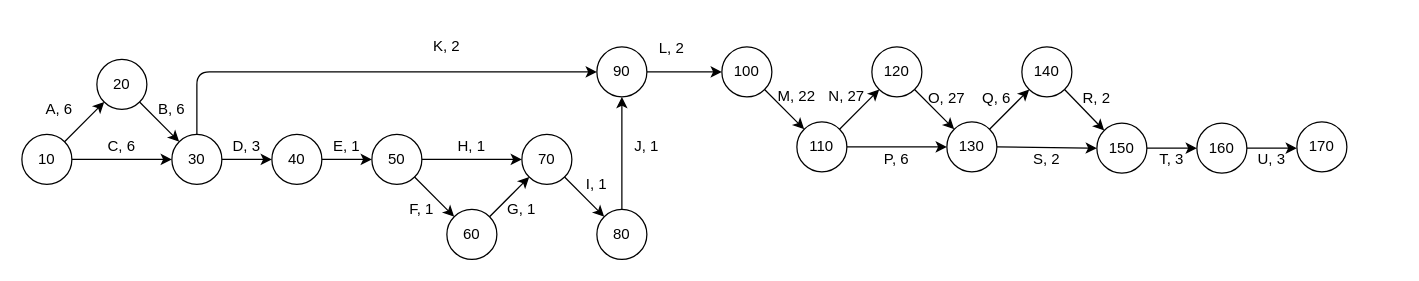
The draw.io diagram DOCS/Diagrams/drawio/PERT Diagram.drawio in alexxGmZ/MenuMaApp, before the edit. Source tidied: cells renumbered, new cells numbered last; positions are measured from the earlier drawing's top-left corner, leaving out a move shared by most shapes. Both pictures are drawn from the tidied source at 125%, with x=0, y=0 at pixel (21, 21).
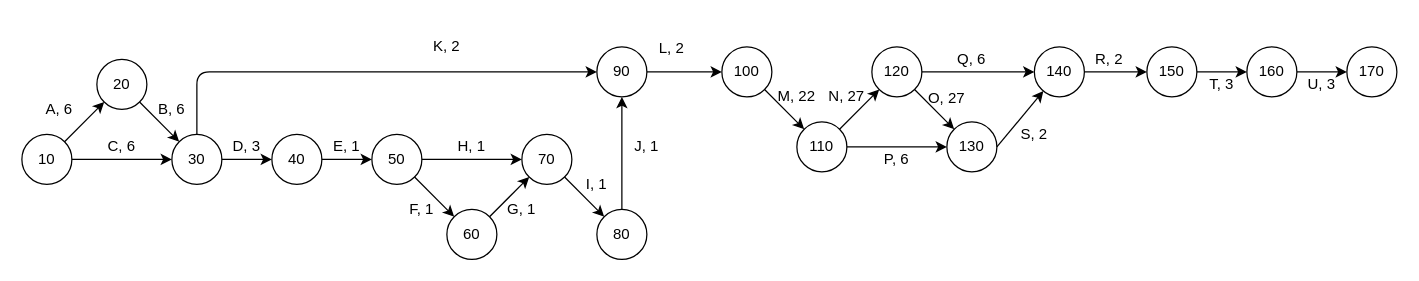
The same page after the edit.

Commit message:
diagram(pert): re-route task Q and S

The change refers to these unchanged cells:
```xml
<mxCell id="37" value="&lt;font style=&quot;font-size: 12px;&quot;&gt;120&lt;br&gt;&lt;/font&gt;" style="ellipse;whiteSpace=wrap;html=1;" parent="1" vertex="1">
  <mxGeometry x="680" y="20" width="40" height="40" as="geometry" />
</mxCell>
<mxCell id="40" value="&lt;font style=&quot;font-size: 12px;&quot;&gt;130&lt;br&gt;&lt;/font&gt;" style="ellipse;whiteSpace=wrap;html=1;" parent="1" vertex="1">
  <mxGeometry x="740" y="80" width="40" height="40" as="geometry" />
</mxCell>
```

What changed in the source:
```diff
@@
+    <mxCell id="49" style="edgeStyle=none;html=1;exitX=1;exitY=0.5;exitDx=0;exitDy=0;entryX=0;entryY=0.5;entryDx=0;entryDy=0;" parent="1" edge="1" source="45" target="48">
+      <mxGeometry relative="1" as="geometry" />
+    </mxCell>
     <mxCell id="45" value="&lt;font style=&quot;font-size: 12px;&quot;&gt;140&lt;br&gt;&lt;/font&gt;" style="ellipse;whiteSpace=wrap;html=1;" parent="1" vertex="1">
-      <mxGeometry x="800" y="20" width="40" height="40" as="geometry" />
+      <mxGeometry x="810" y="20" width="40" height="40" as="geometry" />
     </mxCell>
-    <mxCell id="46" style="endArrow=classic;html=1;fontSize=12;exitX=1;exitY=0;exitDx=0;exitDy=0;entryX=0;entryY=1;entryDx=0;entryDy=0;" parent="1" edge="1" source="40" target="45">
+    <mxCell id="46" style="endArrow=classic;html=1;fontSize=12;exitX=1;exitY=0.5;exitDx=0;exitDy=0;entryX=0;entryY=0.5;entryDx=0;entryDy=0;" parent="1" edge="1" source="37" target="45">
       <mxGeometry relative="1" as="geometry" />
     </mxCell>
     <mxCell id="47" value="Q, 6" style="text;html=1;strokeColor=none;fillColor=none;align=center;verticalAlign=middle;whiteSpace=wrap;rounded=0;fontSize=12;" parent="1" vertex="1">
-      <mxGeometry x="760" y="41" width="40" height="40" as="geometry" />
+      <mxGeometry x="740" y="10" width="40" height="40" as="geometry" />
     </mxCell>
     <mxCell id="48" value="&lt;font style=&quot;font-size: 12px;&quot;&gt;150&lt;br&gt;&lt;/font&gt;" style="ellipse;whiteSpace=wrap;html=1;" parent="1" vertex="1">
-      <mxGeometry x="860" y="81" width="40" height="40" as="geometry" />
+      <mxGeometry x="900" y="20" width="40" height="40" as="geometry" />
     </mxCell>
-    <mxCell id="49" style="endArrow=classic;html=1;fontSize=12;exitX=1;exitY=1;exitDx=0;exitDy=0;entryX=0;entryY=0;entryDx=0;entryDy=0;" parent="1" edge="1" source="45" target="48">
-      <mxGeometry relative="1" as="geometry" />
-    </mxCell>
     <mxCell id="50" value="R, 2" style="text;html=1;strokeColor=none;fillColor=none;align=center;verticalAlign=middle;whiteSpace=wrap;rounded=0;fontSize=12;" parent="1" vertex="1">
-      <mxGeometry x="840" y="41" width="40" height="40" as="geometry" />
+      <mxGeometry x="850" y="10" width="40" height="40" as="geometry" />
     </mxCell>
-    <mxCell id="51" style="endArrow=classic;html=1;fontSize=12;exitX=1;exitY=0.5;exitDx=0;exitDy=0;entryX=0;entryY=0.5;entryDx=0;entryDy=0;" parent="1" edge="1" source="40" target="48">
+    <mxCell id="51" style="endArrow=classic;html=1;fontSize=12;exitX=1;exitY=0.5;exitDx=0;exitDy=0;" parent="1" edge="1" source="40" target="45">
       <mxGeometry relative="1" as="geometry" />
     </mxCell>
     <mxCell id="52" value="S, 2" style="text;html=1;strokeColor=none;fillColor=none;align=center;verticalAlign=middle;whiteSpace=wrap;rounded=0;fontSize=12;" parent="1" vertex="1">
-      <mxGeometry x="800" y="90" width="40" height="40" as="geometry" />
+      <mxGeometry x="790" y="70" width="40" height="40" as="geometry" />
     </mxCell>
+    <mxCell id="61" style="edgeStyle=none;html=1;exitX=1;exitY=0.5;exitDx=0;exitDy=0;entryX=0;entryY=0.5;entryDx=0;entryDy=0;" parent="1" edge="1" source="53" target="54">
+      <mxGeometry relative="1" as="geometry" />
+    </mxCell>
     <mxCell id="53" value="&lt;font style=&quot;font-size: 12px;&quot;&gt;160&lt;br&gt;&lt;/font&gt;" style="ellipse;whiteSpace=wrap;html=1;" parent="1" vertex="1">
-      <mxGeometry x="940" y="81" width="40" height="40" as="geometry" />
+      <mxGeometry x="980" y="20" width="40" height="40" as="geometry" />
     </mxCell>
     <mxCell id="54" value="&lt;font style=&quot;font-size: 12px;&quot;&gt;170&lt;br&gt;&lt;/font&gt;" style="ellipse;whiteSpace=wrap;html=1;" parent="1" vertex="1">
-      <mxGeometry x="1020" y="80" width="40" height="40" as="geometry" />
+      <mxGeometry x="1060" y="20" width="40" height="40" as="geometry" />
     </mxCell>
@@
-    <mxCell id="56" style="endArrow=classic;html=1;fontSize=12;exitX=1;exitY=0.5;exitDx=0;exitDy=0;entryX=0;entryY=0.5;entryDx=0;entryDy=0;" parent="1" edge="1" source="53">
-      <mxGeometry relative="1" as="geometry">
-        <mxPoint x="1020" y="101" as="targetPoint" />
-      </mxGeometry>
-    </mxCell>
     <mxCell id="57" value="T, 3" style="text;html=1;strokeColor=none;fillColor=none;align=center;verticalAlign=middle;whiteSpace=wrap;rounded=0;fontSize=12;" parent="1" vertex="1">
-      <mxGeometry x="900" y="90" width="40" height="40" as="geometry" />
+      <mxGeometry x="940" y="30" width="40" height="40" as="geometry" />
     </mxCell>
     <mxCell id="58" value="U, 3" style="text;html=1;strokeColor=none;fillColor=none;align=center;verticalAlign=middle;whiteSpace=wrap;rounded=0;fontSize=12;" parent="1" vertex="1">
-      <mxGeometry x="980" y="90" width="40" height="40" as="geometry" />
+      <mxGeometry x="1020" y="30" width="40" height="40" as="geometry" />
     </mxCell>
```
